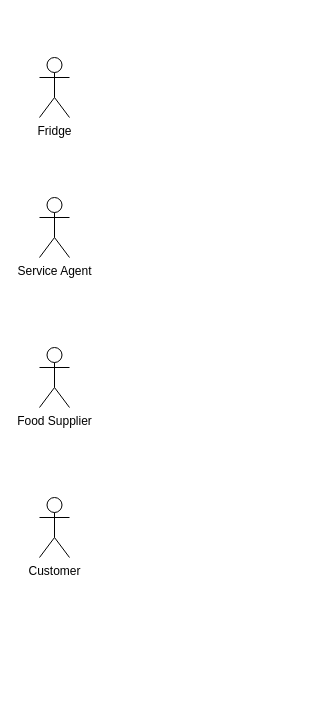
Earlier version of the draw.io diagram fridge_benfits.drawio (Karthikksamy/architecture-nuggets). Source tidied: cells renumbered, new cells numbered last; positions are measured from the earlier drawing's top-left corner, leaving out a move shared by most shapes. Both pictures are drawn from the tidied source at 100%, with x=0, y=0 at pixel (39, 57).
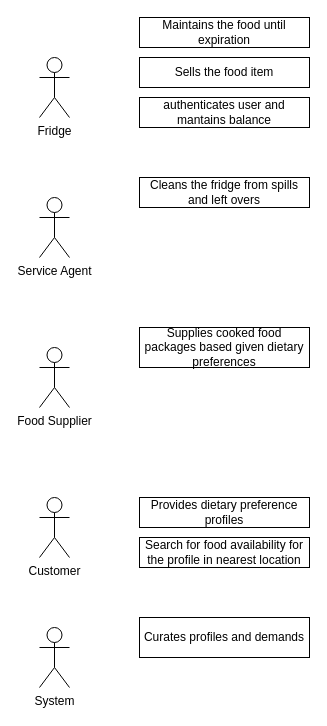
After the change.

Commit message:
Initial Entity relationship updated

Diff of the diagram source:
```diff
@@
 <mxGraphModel>
   <root>
     <mxCell id="0" />
     <mxCell id="1" parent="0" />
     <mxCell id="2" value="Fridge" style="shape=umlActor;verticalLabelPosition=bottom;verticalAlign=top;html=1;" parent="1" vertex="1">
       <mxGeometry width="30" height="60" as="geometry" />
     </mxCell>
     <mxCell id="3" value="Service Agent" style="shape=umlActor;verticalLabelPosition=bottom;verticalAlign=top;html=1;" parent="1" vertex="1">
       <mxGeometry y="140" width="30" height="60" as="geometry" />
     </mxCell>
     <mxCell id="4" value="Food Supplier" style="shape=umlActor;verticalLabelPosition=bottom;verticalAlign=top;html=1;" parent="1" vertex="1">
       <mxGeometry y="290" width="30" height="60" as="geometry" />
     </mxCell>
     <mxCell id="5" value="Customer" style="shape=umlActor;verticalLabelPosition=bottom;verticalAlign=top;html=1;" parent="1" vertex="1">
       <mxGeometry y="440" width="30" height="60" as="geometry" />
     </mxCell>
+    <mxCell id="6" value="Supplies cooked food packages based given dietary preferences" style="text;html=1;fillColor=none;align=center;verticalAlign=middle;whiteSpace=wrap;rounded=0;strokeColor=#000000;" parent="1" vertex="1">
+      <mxGeometry x="100" y="270" width="170" height="40" as="geometry" />
+    </mxCell>
+    <mxCell id="7" value="Cleans the fridge from spills and left overs" style="text;html=1;fillColor=none;align=center;verticalAlign=middle;whiteSpace=wrap;rounded=0;strokeColor=#000000;" parent="1" vertex="1">
+      <mxGeometry x="100" y="120" width="170" height="30" as="geometry" />
+    </mxCell>
+    <mxCell id="8" value="System" style="shape=umlActor;verticalLabelPosition=bottom;verticalAlign=top;html=1;" parent="1" vertex="1">
+      <mxGeometry y="570" width="30" height="60" as="geometry" />
+    </mxCell>
+    <mxCell id="9" value="Curates profiles and demands" style="text;html=1;fillColor=none;align=center;verticalAlign=middle;whiteSpace=wrap;rounded=0;strokeColor=#000000;" parent="1" vertex="1">
+      <mxGeometry x="100" y="560" width="170" height="40" as="geometry" />
+    </mxCell>
+    <mxCell id="10" value="Provides dietary preference profiles" style="text;html=1;fillColor=none;align=center;verticalAlign=middle;whiteSpace=wrap;rounded=0;strokeColor=#000000;" parent="1" vertex="1">
+      <mxGeometry x="100" y="440" width="170" height="30" as="geometry" />
+    </mxCell>
+    <mxCell id="11" value="Search for food availability for the profile in nearest location" style="text;html=1;fillColor=none;align=center;verticalAlign=middle;whiteSpace=wrap;rounded=0;strokeColor=#000000;" parent="1" vertex="1">
+      <mxGeometry x="100" y="480" width="170" height="30" as="geometry" />
+    </mxCell>
+    <mxCell id="12" value="Maintains the food until expiration" style="text;html=1;fillColor=none;align=center;verticalAlign=middle;whiteSpace=wrap;rounded=0;strokeColor=#000000;" parent="1" vertex="1">
+      <mxGeometry x="100" y="-40" width="170" height="30" as="geometry" />
+    </mxCell>
+    <mxCell id="13" value="Sells the food item" style="text;html=1;fillColor=none;align=center;verticalAlign=middle;whiteSpace=wrap;rounded=0;strokeColor=#000000;" parent="1" vertex="1">
+      <mxGeometry x="100" width="170" height="30" as="geometry" />
+    </mxCell>
+    <mxCell id="14" value="authenticates user and mantains balance" style="text;html=1;fillColor=none;align=center;verticalAlign=middle;whiteSpace=wrap;rounded=0;strokeColor=#000000;" parent="1" vertex="1">
+      <mxGeometry x="100" y="40" width="170" height="30" as="geometry" />
+    </mxCell>
   </root>
 </mxGraphModel>
```
